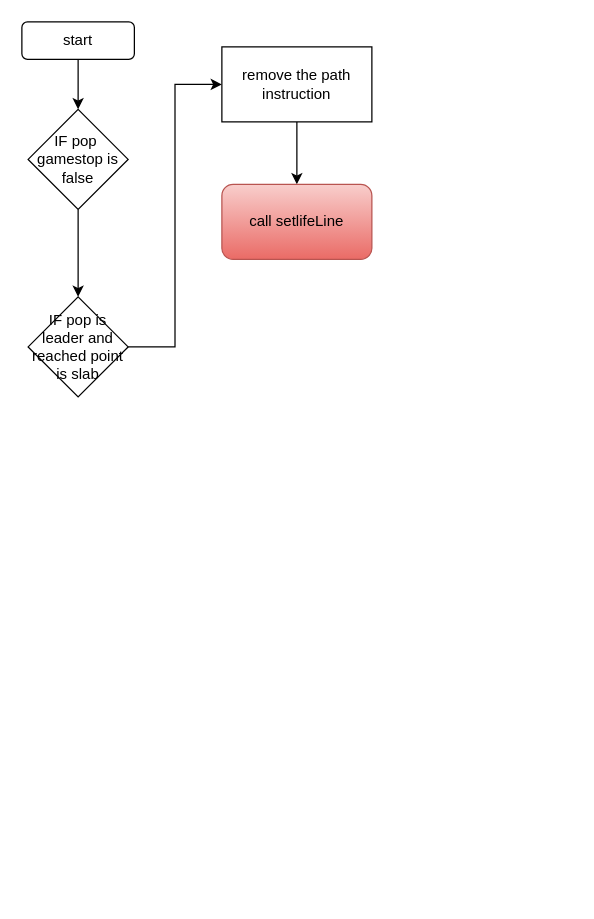
sivagit/diagrams keeps this draw.io diagram as people/destinationReachCall.drawio. Above is the earlier version. Source tidied: cells renumbered, new cells numbered last; positions are measured from the earlier drawing's top-left corner, leaving out a move shared by most shapes. Both pictures are drawn from the tidied source at 125%, with x=0, y=0 at pixel (21, 21).
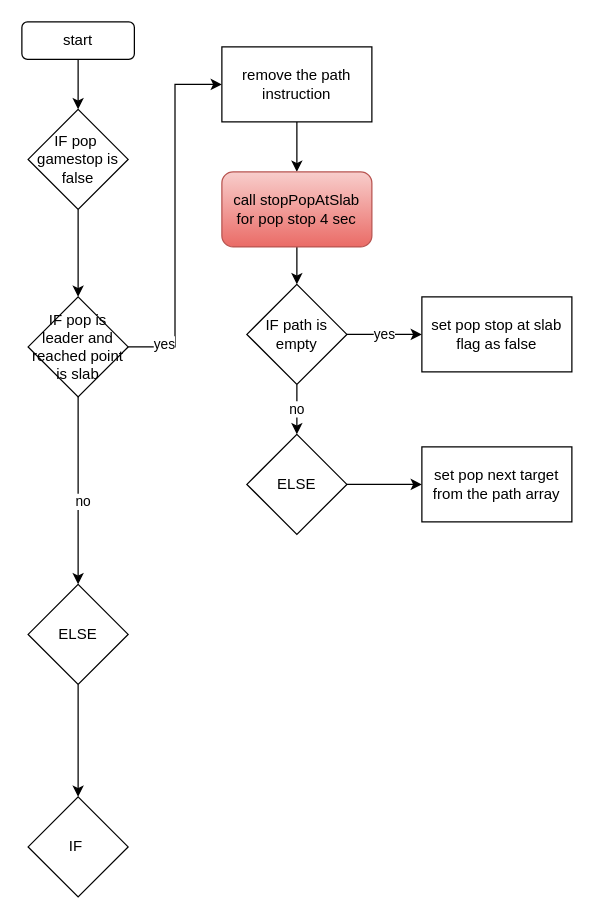
After the change.

The change refers to these unchanged cells:
```xml
<mxCell id="6" style="edgeStyle=orthogonalEdgeStyle;rounded=0;jettySize=auto;html=1;entryX=0;entryY=0.5;entryDx=0;entryDy=0;" parent="1" edge="1" source="7" target="9">
  <mxGeometry relative="1" as="geometry" />
</mxCell>
<mxCell id="7" value="IF pop is leader and reached point is slab" style="rhombus;whiteSpace=wrap;html=1;" parent="1" vertex="1">
  <mxGeometry x="5" y="220" width="80" height="80" as="geometry" />
</mxCell>
```

The edit, as a diff of the source:
```diff
@@
+    <mxCell id="11" value="yes" style="edgeLabel;html=1;align=center;verticalAlign=middle;" parent="6" vertex="1">
+      <mxGeometry x="-0.8" y="3" relative="1" as="geometry" />
+    </mxCell>
+    <mxCell id="12" style="edgeStyle=orthogonalEdgeStyle;rounded=0;jettySize=auto;html=1;" parent="1" edge="1" source="7" target="23">
+      <mxGeometry relative="1" as="geometry" />
+    </mxCell>
+    <mxCell id="13" value="no" style="edgeLabel;html=1;align=center;verticalAlign=middle;" parent="12" vertex="1">
+      <mxGeometry x="0.1" y="3" relative="1" as="geometry" />
+    </mxCell>
@@
+    <mxCell id="14" style="edgeStyle=orthogonalEdgeStyle;rounded=0;jettySize=auto;html=1;" parent="1" edge="1" source="10" target="17">
+      <mxGeometry relative="1" as="geometry" />
+    </mxCell>
-    <mxCell id="10" value="call&amp;nbsp;setlifeLine" style="rounded=1;whiteSpace=wrap;html=1;fillColor=#f8cecc;gradientColor=#ea6b66;strokeColor=#b85450;" parent="1" vertex="1">
-      <mxGeometry x="160" y="130" width="120" height="60" as="geometry" />
+    <mxCell id="10" value="call&amp;nbsp;stopPopAtSlab for pop stop 4 sec" style="rounded=1;whiteSpace=wrap;html=1;fillColor=#f8cecc;gradientColor=#ea6b66;strokeColor=#b85450;" parent="1" vertex="1">
+      <mxGeometry x="160" y="120" width="120" height="60" as="geometry" />
     </mxCell>
+    <mxCell id="15" value="yes" style="edgeStyle=orthogonalEdgeStyle;rounded=0;jettySize=auto;html=1;" parent="1" edge="1" source="17" target="18">
+      <mxGeometry relative="1" as="geometry">
+        <Array as="points">
+          <mxPoint x="290" y="250" />
+          <mxPoint x="290" y="250" />
+        </Array>
+      </mxGeometry>
+    </mxCell>
+    <mxCell id="16" value="no" style="edgeStyle=orthogonalEdgeStyle;rounded=0;jettySize=auto;html=1;" parent="1" edge="1" source="17" target="20">
+      <mxGeometry relative="1" as="geometry" />
+    </mxCell>
+    <mxCell id="17" value="IF path is empty" style="rhombus;whiteSpace=wrap;html=1;" parent="1" vertex="1">
+      <mxGeometry x="180" y="210" width="80" height="80" as="geometry" />
+    </mxCell>
+    <mxCell id="18" value="set pop stop at slab flag as false" style="whiteSpace=wrap;html=1;" parent="1" vertex="1">
+      <mxGeometry x="320" y="220" width="120" height="60" as="geometry" />
+    </mxCell>
+    <mxCell id="19" style="edgeStyle=orthogonalEdgeStyle;rounded=0;jettySize=auto;html=1;" parent="1" edge="1" source="20" target="21">
+      <mxGeometry relative="1" as="geometry" />
+    </mxCell>
+    <mxCell id="20" value="ELSE" style="rhombus;whiteSpace=wrap;html=1;" parent="1" vertex="1">
+      <mxGeometry x="180" y="330" width="80" height="80" as="geometry" />
+    </mxCell>
+    <mxCell id="21" value="set pop next target from the path array" style="whiteSpace=wrap;html=1;" parent="1" vertex="1">
+      <mxGeometry x="320" y="340" width="120" height="60" as="geometry" />
+    </mxCell>
+    <mxCell id="22" style="edgeStyle=orthogonalEdgeStyle;rounded=0;jettySize=auto;html=1;" parent="1" edge="1" source="23" target="24">
+      <mxGeometry relative="1" as="geometry" />
+    </mxCell>
+    <mxCell id="23" value="ELSE" style="rhombus;whiteSpace=wrap;html=1;" parent="1" vertex="1">
+      <mxGeometry x="5" y="450" width="80" height="80" as="geometry" />
+    </mxCell>
+    <mxCell id="24" value="IF&amp;nbsp;" style="rhombus;whiteSpace=wrap;html=1;" parent="1" vertex="1">
+      <mxGeometry x="5" y="620" width="80" height="80" as="geometry" />
+    </mxCell>
```
